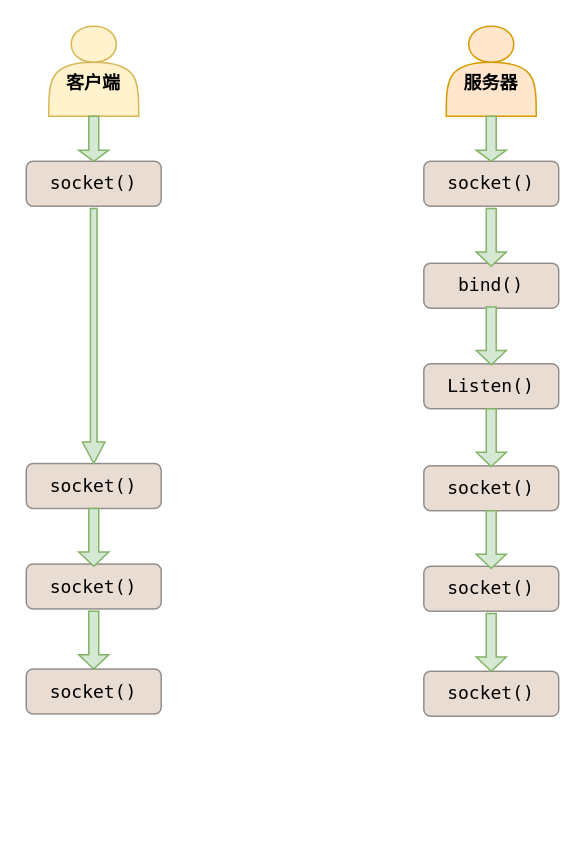
Above: TCP Socket.drawio in hhw-cainiao/draw (draw.io), before the change. Source tidied: cells renumbered, new cells numbered last; positions are measured from the earlier drawing's top-left corner, leaving out a move shared by most shapes. Both pictures are drawn from the tidied source at 150%, with x=0, y=0 at pixel (26, 26).
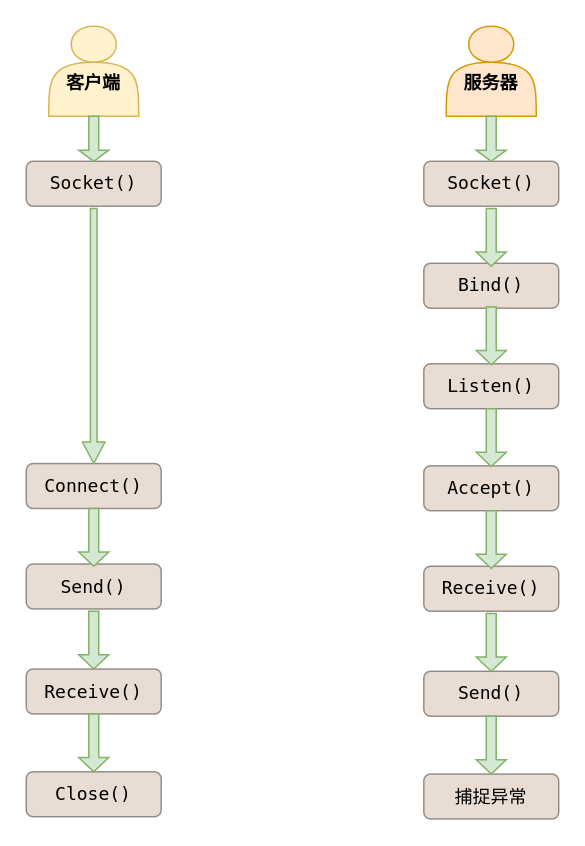
The same page after the edit.

The edit, as a diff of the source:
```diff
@@
-    <mxCell id="4" value="socket()" style="rounded=1;whiteSpace=wrap;html=1;fillColor=#C7A78F;opacity=40;fontFamily=Lucida Console;" parent="1" vertex="1">
+    <mxCell id="4" value="Socket()" style="rounded=1;whiteSpace=wrap;html=1;fillColor=#C7A78F;opacity=40;fontFamily=Lucida Console;" parent="1" vertex="1">
       <mxGeometry x="265" y="90" width="90" height="30" as="geometry" />
     </mxCell>
-    <mxCell id="5" value="bind()" style="rounded=1;whiteSpace=wrap;html=1;fillColor=#C7A78F;opacity=40;fontFamily=Lucida Console;" parent="1" vertex="1">
+    <mxCell id="5" value="Bind()" style="rounded=1;whiteSpace=wrap;html=1;fillColor=#C7A78F;opacity=40;fontFamily=Lucida Console;" parent="1" vertex="1">
       <mxGeometry x="265" y="158" width="90" height="30" as="geometry" />
     </mxCell>
@@
-    <mxCell id="7" value="socket()" style="rounded=1;whiteSpace=wrap;html=1;fillColor=#C7A78F;opacity=40;fontFamily=Lucida Console;" parent="1" vertex="1">
+    <mxCell id="7" value="Accept()" style="rounded=1;whiteSpace=wrap;html=1;fillColor=#C7A78F;opacity=40;fontFamily=Lucida Console;" parent="1" vertex="1">
       <mxGeometry x="265" y="293" width="90" height="30" as="geometry" />
     </mxCell>
-    <mxCell id="8" value="socket()" style="rounded=1;whiteSpace=wrap;html=1;fillColor=#C7A78F;opacity=40;fontFamily=Lucida Console;" parent="1" vertex="1">
+    <mxCell id="8" value="Receive()" style="rounded=1;whiteSpace=wrap;html=1;fillColor=#C7A78F;opacity=40;fontFamily=Lucida Console;" parent="1" vertex="1">
       <mxGeometry x="265" y="360" width="90" height="30" as="geometry" />
     </mxCell>
-    <mxCell id="9" value="socket()" style="rounded=1;whiteSpace=wrap;html=1;fillColor=#C7A78F;opacity=40;fontFamily=Lucida Console;" parent="1" vertex="1">
+    <mxCell id="9" value="Send()" style="rounded=1;whiteSpace=wrap;html=1;fillColor=#C7A78F;opacity=40;fontFamily=Lucida Console;" parent="1" vertex="1">
       <mxGeometry x="265" y="430" width="90" height="30" as="geometry" />
     </mxCell>
-    <mxCell id="10" value="socket()" style="rounded=1;whiteSpace=wrap;html=1;fillColor=#C7A78F;opacity=40;fontFamily=Lucida Console;" parent="1" vertex="1">
+    <mxCell id="10" value="Connect()" style="rounded=1;whiteSpace=wrap;html=1;fillColor=#C7A78F;opacity=40;fontFamily=Lucida Console;" parent="1" vertex="1">
       <mxGeometry y="291.5" width="90" height="30" as="geometry" />
     </mxCell>
-    <mxCell id="11" value="socket()" style="rounded=1;whiteSpace=wrap;html=1;fillColor=#C7A78F;opacity=40;fontFamily=Lucida Console;" parent="1" vertex="1">
+    <mxCell id="11" value="Send()" style="rounded=1;whiteSpace=wrap;html=1;fillColor=#C7A78F;opacity=40;fontFamily=Lucida Console;" parent="1" vertex="1">
       <mxGeometry y="358.5" width="90" height="30" as="geometry" />
     </mxCell>
-    <mxCell id="12" value="socket()" style="rounded=1;whiteSpace=wrap;html=1;fillColor=#C7A78F;opacity=40;fontFamily=Lucida Console;" parent="1" vertex="1">
+    <mxCell id="12" value="Receive()" style="rounded=1;whiteSpace=wrap;html=1;fillColor=#C7A78F;opacity=40;fontFamily=Lucida Console;" parent="1" vertex="1">
       <mxGeometry y="428.5" width="90" height="30" as="geometry" />
     </mxCell>
-    <mxCell id="13" value="socket()" style="rounded=1;whiteSpace=wrap;html=1;fillColor=#C7A78F;opacity=40;fontFamily=Lucida Console;" parent="1" vertex="1">
+    <mxCell id="13" value="Socket()" style="rounded=1;whiteSpace=wrap;html=1;fillColor=#C7A78F;opacity=40;fontFamily=Lucida Console;" parent="1" vertex="1">
       <mxGeometry y="90" width="90" height="30" as="geometry" />
     </mxCell>
@@
+    <mxCell id="24" value="捕捉异常" style="rounded=1;whiteSpace=wrap;html=1;fillColor=#C7A78F;opacity=40;fontFamily=Lucida Console;" parent="1" vertex="1">
+      <mxGeometry x="265" y="498.5" width="90" height="30" as="geometry" />
+    </mxCell>
+    <mxCell id="25" value="Close()" style="rounded=1;whiteSpace=wrap;html=1;fillColor=#C7A78F;opacity=40;fontFamily=Lucida Console;" parent="1" vertex="1">
+      <mxGeometry y="497" width="90" height="30" as="geometry" />
+    </mxCell>
+    <mxCell id="26" style="shape=singleArrow;direction=south;whiteSpace=wrap;html=1;arrowWidth=0.3310344827586221;arrowSize=0.2463601532567035;fillColor=#D5E8D4;strokeColor=#82b366;" parent="1" vertex="1">
+      <mxGeometry x="300" y="460" width="20" height="38.5" as="geometry" />
+    </mxCell>
+    <mxCell id="27" style="shape=singleArrow;direction=south;whiteSpace=wrap;html=1;arrowWidth=0.3310344827586221;arrowSize=0.2463601532567035;fillColor=#D5E8D4;strokeColor=#82b366;" parent="1" vertex="1">
+      <mxGeometry x="35" y="458.5" width="20" height="38.5" as="geometry" />
+    </mxCell>
```
